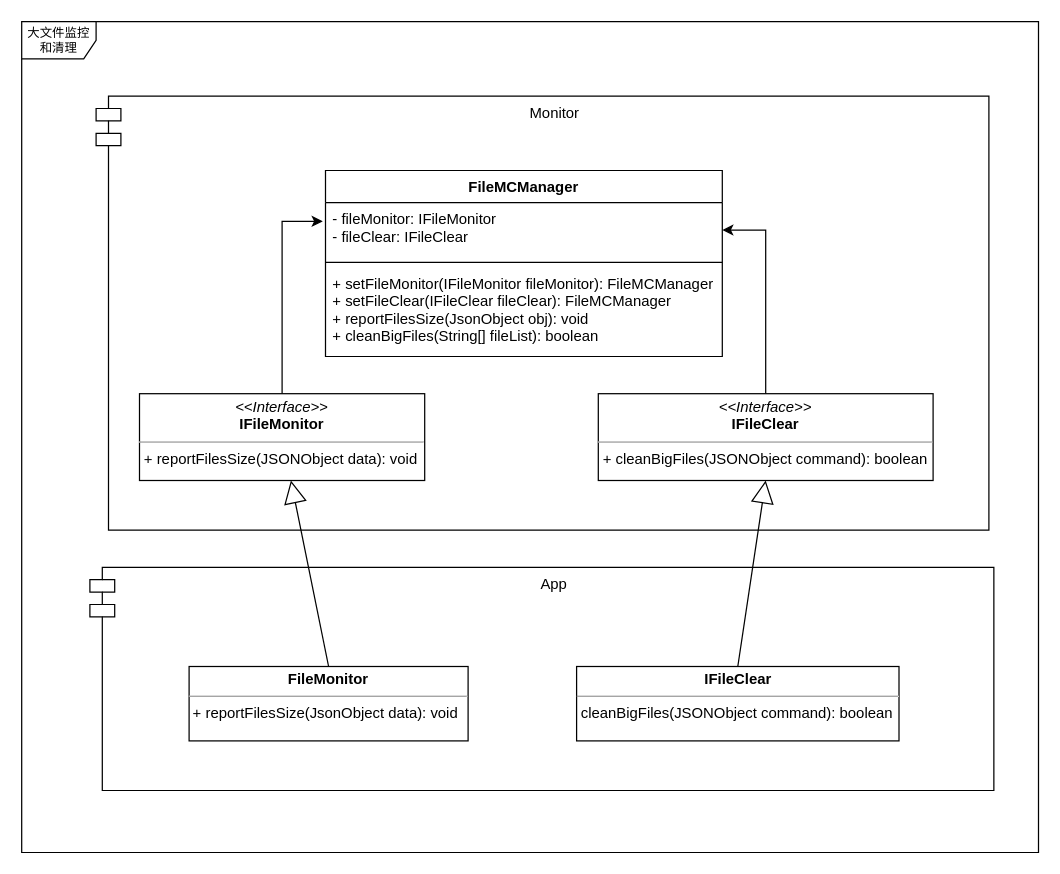
Earlier version of the draw.io diagram 大文件监控和清理.drawio (jimmy5zhang/UML). Source tidied: cells renumbered, new cells numbered last; positions are measured from the earlier drawing's top-left corner, leaving out a move shared by most shapes. Both pictures are drawn from the tidied source at 124%, with x=0, y=0 at pixel (21, 21).
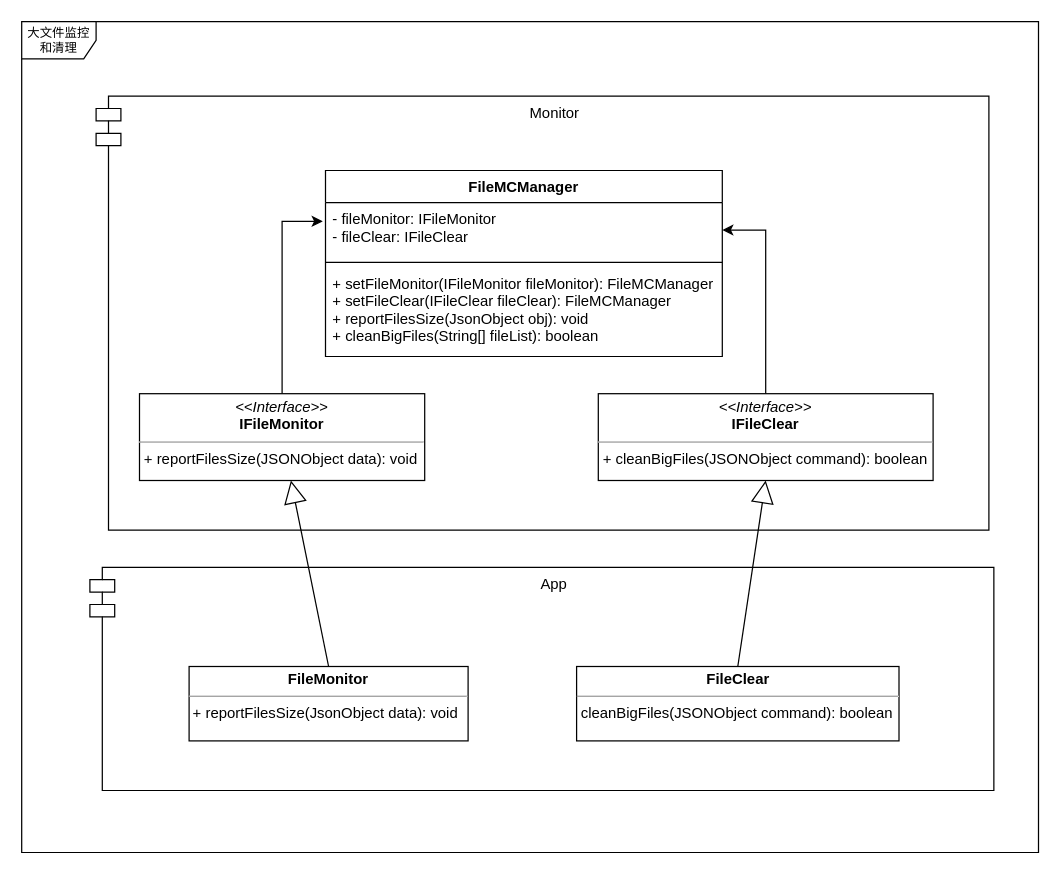
The same page after the edit.

Commit message:
Update 大文件监控和清理.drawio

Diff of the diagram source:
```diff
@@
 <mxGraphModel background="#ffffff">
   <root>
     <mxCell id="0" />
     <mxCell id="1" parent="0" />
     <mxCell id="2" value="Monitor" style="shape=module;align=left;spacingLeft=20;align=center;verticalAlign=top;" parent="1" vertex="1">
       <mxGeometry x="60" y="60" width="720" height="350" as="geometry" />
     </mxCell>
     <mxCell id="3" value="大文件监控和清理" style="shape=umlFrame;whiteSpace=wrap;html=1;rounded=0;shadow=0;comic=0;labelBackgroundColor=none;strokeWidth=1;fontFamily=Verdana;fontSize=10;align=center;" parent="1" vertex="1">
       <mxGeometry width="820" height="670" as="geometry" />
     </mxCell>
     <mxCell id="4" style="edgeStyle=orthogonalEdgeStyle;rounded=0;jettySize=auto;html=1;entryX=-0.007;entryY=0.341;entryDx=0;entryDy=0;entryPerimeter=0;" parent="1" edge="1" source="5" target="9">
       <mxGeometry relative="1" as="geometry" />
     </mxCell>
     <mxCell id="5" value="&lt;p style=&quot;margin: 0px ; margin-top: 4px ; text-align: center&quot;&gt;&lt;i&gt;&amp;lt;&amp;lt;Interface&amp;gt;&amp;gt;&lt;/i&gt;&lt;br&gt;&lt;b&gt;IFileMonitor&lt;/b&gt;&lt;/p&gt;&lt;hr size=&quot;1&quot;&gt;&lt;p style=&quot;margin: 0px ; margin-left: 4px&quot;&gt;+ reportFilesSize(JSONObject data): void&lt;br&gt;&lt;/p&gt;" style="verticalAlign=top;align=left;overflow=fill;fontSize=12;fontFamily=Helvetica;html=1;rounded=0;shadow=0;comic=0;labelBackgroundColor=none;strokeWidth=1;" parent="1" vertex="1">
       <mxGeometry x="95" y="300" width="230" height="70" as="geometry" />
     </mxCell>
     <mxCell id="6" style="edgeStyle=orthogonalEdgeStyle;rounded=0;jettySize=auto;html=1;exitX=0.5;exitY=0;exitDx=0;exitDy=0;entryX=1;entryY=0.5;entryDx=0;entryDy=0;" parent="1" edge="1" source="7" target="9">
       <mxGeometry relative="1" as="geometry">
         <Array as="points">
           <mxPoint x="600" y="168" />
         </Array>
       </mxGeometry>
     </mxCell>
     <mxCell id="7" value="&lt;p style=&quot;margin: 0px ; margin-top: 4px ; text-align: center&quot;&gt;&lt;i&gt;&amp;lt;&amp;lt;Interface&amp;gt;&amp;gt;&lt;/i&gt;&lt;br&gt;&lt;b&gt;IFileClear&lt;/b&gt;&lt;/p&gt;&lt;hr size=&quot;1&quot;&gt;&lt;p style=&quot;margin: 0px ; margin-left: 4px&quot;&gt;+ cleanBigFiles(JSONObject&amp;nbsp;command): boolean&lt;br&gt;&lt;/p&gt;" style="verticalAlign=top;align=left;overflow=fill;fontSize=12;fontFamily=Helvetica;html=1;rounded=0;shadow=0;comic=0;labelBackgroundColor=none;strokeWidth=1;" parent="1" vertex="1">
       <mxGeometry x="465" y="300" width="270" height="70" as="geometry" />
     </mxCell>
     <mxCell id="8" value="FileMCManager" style="swimlane;fontStyle=1;align=center;verticalAlign=top;horizontal=1;startSize=26;" parent="1" vertex="1">
       <mxGeometry x="245" y="120" width="320" height="150" as="geometry" />
     </mxCell>
     <mxCell id="9" value="- fileMonitor: IFileMonitor&#10;- fileClear: IFileClear" style="text;strokeColor=none;fillColor=none;align=left;verticalAlign=top;spacingLeft=4;spacingRight=4;overflow=hidden;points=[[0,0.5],[1,0.5]];portConstraint=eastwest;" parent="8" vertex="1">
       <mxGeometry y="26" width="320" height="44" as="geometry" />
     </mxCell>
     <mxCell id="10" style="line;strokeWidth=1;fillColor=none;align=left;verticalAlign=middle;spacingTop=-1;spacingLeft=3;spacingRight=3;labelPosition=right;" parent="8" vertex="1">
       <mxGeometry y="70" width="320" height="8" as="geometry" />
     </mxCell>
     <mxCell id="11" value="+ setFileMonitor(IFileMonitor fileMonitor): FileMCManager&#10;+ setFileClear(IFileClear fileClear): FileMCManager&#10;+ reportFilesSize(JsonObject obj): void&#10;+ cleanBigFiles(String[] fileList): boolean" style="text;strokeColor=none;fillColor=none;align=left;verticalAlign=top;spacingLeft=4;spacingRight=4;overflow=hidden;" parent="8" vertex="1">
       <mxGeometry y="78" width="320" height="72" as="geometry" />
     </mxCell>
     <mxCell id="12" value="App" style="shape=module;align=left;spacingLeft=20;align=center;verticalAlign=top;" parent="1" vertex="1">
       <mxGeometry x="55" y="440" width="729" height="180" as="geometry" />
     </mxCell>
     <mxCell id="13" value="&lt;p style=&quot;margin: 0px ; margin-top: 4px ; text-align: center&quot;&gt;&lt;b&gt;FileMonitor&lt;/b&gt;&lt;/p&gt;&lt;hr size=&quot;1&quot;&gt;&lt;p style=&quot;margin: 0px ; margin-left: 4px&quot;&gt;&lt;/p&gt;&amp;nbsp;+ reportFilesSize(JsonObject data): void" style="verticalAlign=top;align=left;overflow=fill;fontSize=12;fontFamily=Helvetica;html=1;" parent="1" vertex="1">
       <mxGeometry x="135" y="520" width="225" height="60" as="geometry" />
     </mxCell>
-    <mxCell id="14" value="&lt;p style=&quot;margin: 0px ; margin-top: 4px ; text-align: center&quot;&gt;&lt;b&gt;IFileClear&lt;/b&gt;&lt;br&gt;&lt;/p&gt;&lt;hr size=&quot;1&quot;&gt;&lt;p style=&quot;margin: 0px ; margin-left: 4px&quot;&gt;&lt;/p&gt;&amp;nbsp;cleanBigFiles(JSONObject&amp;nbsp;command): boolean" style="verticalAlign=top;align=left;overflow=fill;fontSize=12;fontFamily=Helvetica;html=1;" parent="1" vertex="1">
+    <mxCell id="14" value="&lt;p style=&quot;margin: 0px ; margin-top: 4px ; text-align: center&quot;&gt;&lt;b&gt;FileClear&lt;/b&gt;&lt;br&gt;&lt;/p&gt;&lt;hr size=&quot;1&quot;&gt;&lt;p style=&quot;margin: 0px ; margin-left: 4px&quot;&gt;&lt;/p&gt;&amp;nbsp;cleanBigFiles(JSONObject&amp;nbsp;command): boolean" style="verticalAlign=top;align=left;overflow=fill;fontSize=12;fontFamily=Helvetica;html=1;" parent="1" vertex="1">
       <mxGeometry x="447.5" y="520" width="260" height="60" as="geometry" />
     </mxCell>
     <mxCell id="15" style="endArrow=block;endSize=16;endFill=0;html=1;exitX=0.5;exitY=0;exitDx=0;exitDy=0;" parent="1" edge="1" source="13" target="5">
       <mxGeometry relative="1" as="geometry" />
     </mxCell>
     <mxCell id="16" style="endArrow=block;endSize=16;endFill=0;html=1;entryX=0.5;entryY=1;entryDx=0;entryDy=0;exitX=0.5;exitY=0;exitDx=0;exitDy=0;" parent="1" edge="1" source="14" target="7">
       <mxGeometry relative="1" as="geometry" />
     </mxCell>
   </root>
 </mxGraphModel>
```
